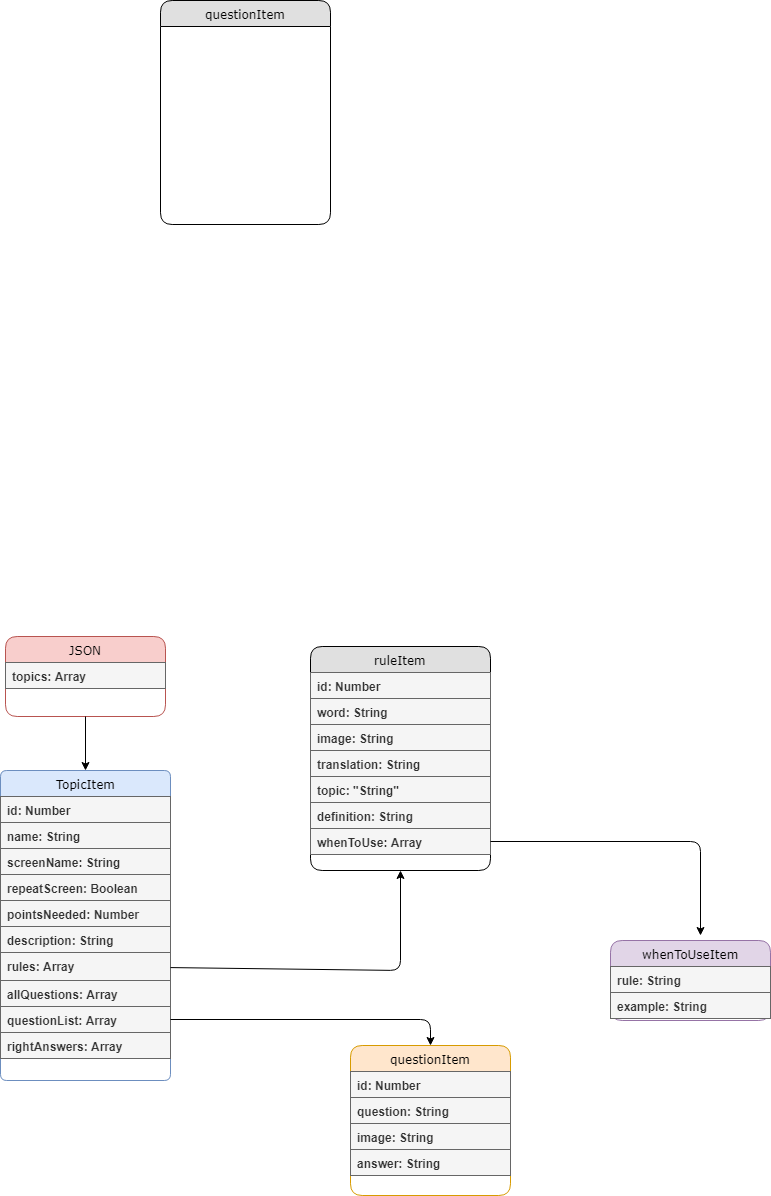
This is db picture.png from Konstantin1996/react-native-english-app-diploma, a draw.io export, as it was before one commit. Source tidied: cells renumbered, new cells last; positions are measured from the earlier drawing's top-left corner, leaving out a move shared by most shapes. The source it was exported from:
```xml
<mxGraphModel background="#ffffff">
  <root>
    <mxCell id="0" />
    <mxCell id="1" parent="0" />
    <mxCell id="2" value="TopicItem" style="swimlane;html=1;fontStyle=0;horizontal=1;startSize=26;fillColor=#dae8fc;swimlaneFillColor=#ffffff;align=center;rounded=1;shadow=0;comic=0;labelBackgroundColor=none;strokeColor=#6c8ebf;strokeWidth=1;fontFamily=Verdana;fontSize=12;arcSize=8;" parent="1" vertex="1">
      <mxGeometry y="770" width="170" height="310" as="geometry" />
    </mxCell>
    <mxCell id="3" value="id: Number" style="text;html=1;strokeColor=#666666;fillColor=#f5f5f5;spacingLeft=4;spacingRight=4;whiteSpace=wrap;overflow=hidden;fontStyle=1;fontColor=#333333;" parent="2" vertex="1">
      <mxGeometry y="26" width="170" height="26" as="geometry" />
    </mxCell>
    <mxCell id="4" value="name: String" style="text;html=1;strokeColor=#666666;fillColor=#f5f5f5;spacingLeft=4;spacingRight=4;whiteSpace=wrap;overflow=hidden;fontStyle=1;fontColor=#333333;" parent="2" vertex="1">
      <mxGeometry y="52" width="170" height="26" as="geometry" />
    </mxCell>
    <mxCell id="5" value="screenName: String" style="text;html=1;strokeColor=#666666;fillColor=#f5f5f5;spacingLeft=4;spacingRight=4;whiteSpace=wrap;overflow=hidden;fontStyle=1;fontColor=#333333;" parent="2" vertex="1">
      <mxGeometry y="78" width="170" height="26" as="geometry" />
    </mxCell>
    <mxCell id="6" value="repeatScreen: Boolean" style="text;html=1;strokeColor=#666666;fillColor=#f5f5f5;spacingLeft=4;spacingRight=4;whiteSpace=wrap;overflow=hidden;fontStyle=1;fontColor=#333333;" parent="2" vertex="1">
      <mxGeometry y="104" width="170" height="26" as="geometry" />
    </mxCell>
    <mxCell id="7" value="pointsNeeded: Number" style="text;html=1;strokeColor=#666666;fillColor=#f5f5f5;spacingLeft=4;spacingRight=4;whiteSpace=wrap;overflow=hidden;fontStyle=1;fontColor=#333333;" parent="2" vertex="1">
      <mxGeometry y="130" width="170" height="26" as="geometry" />
    </mxCell>
    <mxCell id="8" value="description: String" style="text;html=1;strokeColor=#666666;fillColor=#f5f5f5;spacingLeft=4;spacingRight=4;whiteSpace=wrap;overflow=hidden;fontStyle=1;fontColor=#333333;" parent="2" vertex="1">
      <mxGeometry y="156" width="170" height="26" as="geometry" />
    </mxCell>
    <mxCell id="9" value="rules: Array" style="text;html=1;strokeColor=#666666;fillColor=#f5f5f5;spacingLeft=4;spacingRight=4;whiteSpace=wrap;overflow=hidden;points=[[0,0.5],[1,0.5]];portConstraint=eastwest;fontStyle=1;fontColor=#333333;" parent="2" vertex="1">
      <mxGeometry y="182" width="170" height="28" as="geometry" />
    </mxCell>
    <mxCell id="10" value="allQuestions: Array" style="text;html=1;strokeColor=#666666;fillColor=#f5f5f5;spacingLeft=4;spacingRight=4;whiteSpace=wrap;overflow=hidden;fontStyle=1;fontColor=#333333;" parent="2" vertex="1">
      <mxGeometry y="210" width="170" height="26" as="geometry" />
    </mxCell>
    <mxCell id="11" value="questionList: Array" style="text;html=1;strokeColor=#666666;fillColor=#f5f5f5;spacingLeft=4;spacingRight=4;whiteSpace=wrap;overflow=hidden;points=[[0,0.5],[1,0.5]];portConstraint=eastwest;fontStyle=1;fontColor=#333333;" parent="2" vertex="1">
      <mxGeometry y="236" width="170" height="26" as="geometry" />
    </mxCell>
    <mxCell id="12" value="ruleItem" style="swimlane;html=1;fontStyle=0;horizontal=1;startSize=26;fillColor=#e0e0e0;swimlaneFillColor=#ffffff;align=center;rounded=1;shadow=0;comic=0;labelBackgroundColor=none;strokeColor=#000000;strokeWidth=1;fontFamily=Verdana;fontSize=12;fontColor=#000000;" parent="1" vertex="1">
      <mxGeometry x="310" y="646" width="180" height="224" as="geometry" />
    </mxCell>
    <mxCell id="13" value="id: Number" style="text;html=1;strokeColor=#666666;fillColor=#f5f5f5;spacingLeft=4;spacingRight=4;whiteSpace=wrap;overflow=hidden;fontStyle=1;fontColor=#333333;" parent="12" vertex="1">
      <mxGeometry y="26" width="180" height="26" as="geometry" />
    </mxCell>
    <mxCell id="14" value="word: String" style="text;html=1;strokeColor=#666666;fillColor=#f5f5f5;spacingLeft=4;spacingRight=4;whiteSpace=wrap;overflow=hidden;fontStyle=1;fontColor=#333333;" parent="12" vertex="1">
      <mxGeometry y="52" width="180" height="26" as="geometry" />
    </mxCell>
    <mxCell id="15" value="image: String" style="text;html=1;strokeColor=#666666;fillColor=#f5f5f5;spacingLeft=4;spacingRight=4;whiteSpace=wrap;overflow=hidden;fontStyle=1;fontColor=#333333;" parent="12" vertex="1">
      <mxGeometry y="78" width="180" height="26" as="geometry" />
    </mxCell>
    <mxCell id="16" value="translation: String" style="text;html=1;strokeColor=#666666;fillColor=#f5f5f5;spacingLeft=4;spacingRight=4;whiteSpace=wrap;overflow=hidden;fontStyle=1;fontColor=#333333;" parent="12" vertex="1">
      <mxGeometry y="104" width="180" height="26" as="geometry" />
    </mxCell>
    <mxCell id="17" value="topic: &quot;String&quot;" style="text;html=1;strokeColor=#666666;fillColor=#f5f5f5;spacingLeft=4;spacingRight=4;whiteSpace=wrap;overflow=hidden;fontStyle=1;fontColor=#333333;" parent="12" vertex="1">
      <mxGeometry y="130" width="180" height="26" as="geometry" />
    </mxCell>
    <mxCell id="18" value="definition: String" style="text;html=1;strokeColor=#666666;fillColor=#f5f5f5;spacingLeft=4;spacingRight=4;whiteSpace=wrap;overflow=hidden;fontStyle=1;fontColor=#333333;" parent="12" vertex="1">
      <mxGeometry y="156" width="180" height="26" as="geometry" />
    </mxCell>
    <mxCell id="19" value="whenToUse: Array" style="text;html=1;strokeColor=#666666;fillColor=#f5f5f5;spacingLeft=4;spacingRight=4;whiteSpace=wrap;overflow=hidden;points=[[0,0.5],[1,0.5]];portConstraint=eastwest;fontStyle=1;fontColor=#333333;" parent="12" vertex="1">
      <mxGeometry y="182" width="180" height="26" as="geometry" />
    </mxCell>
    <mxCell id="20" value="questionItem" style="swimlane;html=1;fontStyle=0;horizontal=1;startSize=26;fillColor=#e0e0e0;swimlaneFillColor=#ffffff;align=center;rounded=1;shadow=0;comic=0;labelBackgroundColor=none;strokeColor=#000000;strokeWidth=1;fontFamily=Verdana;fontSize=12;fontColor=#000000;" parent="1" vertex="1">
      <mxGeometry x="160" width="170" height="224" as="geometry" />
    </mxCell>
    <mxCell id="21" value="JSON" style="swimlane;html=1;fontStyle=0;horizontal=1;startSize=26;fillColor=#f8cecc;swimlaneFillColor=#ffffff;align=center;rounded=1;shadow=0;comic=0;labelBackgroundColor=none;strokeColor=#b85450;strokeWidth=1;fontFamily=Verdana;fontSize=12;labelBorderColor=none;" parent="1" vertex="1">
      <mxGeometry x="5" y="636" width="160" height="80" as="geometry" />
    </mxCell>
    <mxCell id="22" value="topics: Array" style="text;html=1;strokeColor=#666666;fillColor=#f5f5f5;spacingLeft=4;spacingRight=4;whiteSpace=wrap;overflow=hidden;align=left;fontStyle=1;labelBackgroundColor=none;labelBorderColor=none;fontColor=#333333;" parent="21" vertex="1">
      <mxGeometry y="26" width="160" height="26" as="geometry" />
    </mxCell>
    <mxCell id="23" value="questionItem" style="swimlane;html=1;fontStyle=0;horizontal=1;startSize=26;fillColor=#ffe6cc;swimlaneFillColor=#ffffff;align=center;rounded=1;shadow=0;comic=0;labelBackgroundColor=none;strokeColor=#d79b00;strokeWidth=1;fontFamily=Verdana;fontSize=12;" parent="1" vertex="1">
      <mxGeometry x="350" y="1045" width="160" height="150" as="geometry" />
    </mxCell>
    <mxCell id="24" value="id: Number" style="text;html=1;strokeColor=#666666;fillColor=#f5f5f5;spacingLeft=4;spacingRight=4;whiteSpace=wrap;overflow=hidden;align=left;fontStyle=1;fontColor=#333333;" parent="23" vertex="1">
      <mxGeometry y="26" width="160" height="26" as="geometry" />
    </mxCell>
    <mxCell id="25" value="question: String" style="text;html=1;strokeColor=#666666;fillColor=#f5f5f5;spacingLeft=4;spacingRight=4;whiteSpace=wrap;overflow=hidden;align=left;fontStyle=1;fontColor=#333333;" parent="23" vertex="1">
      <mxGeometry y="52" width="160" height="26" as="geometry" />
    </mxCell>
    <mxCell id="26" value="image: String" style="text;html=1;strokeColor=#666666;fillColor=#f5f5f5;spacingLeft=4;spacingRight=4;whiteSpace=wrap;overflow=hidden;align=left;fontStyle=1;fontColor=#333333;" parent="23" vertex="1">
      <mxGeometry y="78" width="160" height="26" as="geometry" />
    </mxCell>
    <mxCell id="27" value="answer: String" style="text;html=1;strokeColor=#666666;fillColor=#f5f5f5;spacingLeft=4;spacingRight=4;whiteSpace=wrap;overflow=hidden;align=left;fontStyle=1;fontColor=#333333;" parent="23" vertex="1">
      <mxGeometry y="104" width="160" height="26" as="geometry" />
    </mxCell>
    <mxCell id="28" style="endArrow=classic;html=1;exitX=0.5;exitY=1;exitDx=0;exitDy=0;" parent="1" edge="1" source="21" target="2">
      <mxGeometry relative="1" as="geometry" />
    </mxCell>
    <mxCell id="29" value="whenToUseItem" style="swimlane;html=1;fontStyle=0;horizontal=1;startSize=26;fillColor=#e1d5e7;swimlaneFillColor=#ffffff;align=center;rounded=1;shadow=0;comic=0;labelBackgroundColor=none;strokeColor=#9673a6;strokeWidth=1;fontFamily=Verdana;fontSize=12;" parent="1" vertex="1">
      <mxGeometry x="610" y="940" width="160" height="80" as="geometry" />
    </mxCell>
    <mxCell id="30" value="rule: String" style="text;html=1;strokeColor=#666666;fillColor=#f5f5f5;spacingLeft=4;spacingRight=4;whiteSpace=wrap;overflow=hidden;align=left;fontStyle=1;fontColor=#333333;" parent="29" vertex="1">
      <mxGeometry y="26" width="160" height="26" as="geometry" />
    </mxCell>
    <mxCell id="31" value="example: String" style="text;html=1;strokeColor=#666666;fillColor=#f5f5f5;spacingLeft=4;spacingRight=4;whiteSpace=wrap;overflow=hidden;align=left;fontStyle=1;fontColor=#333333;" parent="29" vertex="1">
      <mxGeometry y="52" width="160" height="26" as="geometry" />
    </mxCell>
    <mxCell id="32" value="rightAnswers: Array" style="text;html=1;strokeColor=#666666;fillColor=#f5f5f5;spacingLeft=4;spacingRight=4;whiteSpace=wrap;overflow=hidden;fontStyle=1;fontColor=#333333;" parent="1" vertex="1">
      <mxGeometry y="1032" width="170" height="26" as="geometry" />
    </mxCell>
    <mxCell id="33" style="endArrow=classic;html=1;entryX=0.5;entryY=1;entryDx=0;entryDy=0;" parent="1" edge="1" source="9" target="12">
      <mxGeometry relative="1" as="geometry">
        <Array as="points">
          <mxPoint x="400" y="970" />
        </Array>
      </mxGeometry>
    </mxCell>
    <mxCell id="34" style="endArrow=classic;html=1;exitX=1;exitY=0.5;exitDx=0;exitDy=0;entryX=0.5;entryY=0;entryDx=0;entryDy=0;" parent="1" edge="1" source="11" target="23">
      <mxGeometry relative="1" as="geometry">
        <Array as="points">
          <mxPoint x="430" y="1019" />
        </Array>
      </mxGeometry>
    </mxCell>
    <mxCell id="35" style="endArrow=classic;html=1;exitX=1;exitY=0.5;exitDx=0;exitDy=0;entryX=0.56;entryY=-0.057;entryDx=0;entryDy=0;entryPerimeter=0;" parent="1" edge="1" source="19" target="29">
      <mxGeometry relative="1" as="geometry">
        <Array as="points">
          <mxPoint x="700" y="841" />
        </Array>
      </mxGeometry>
    </mxCell>
  </root>
</mxGraphModel>
```
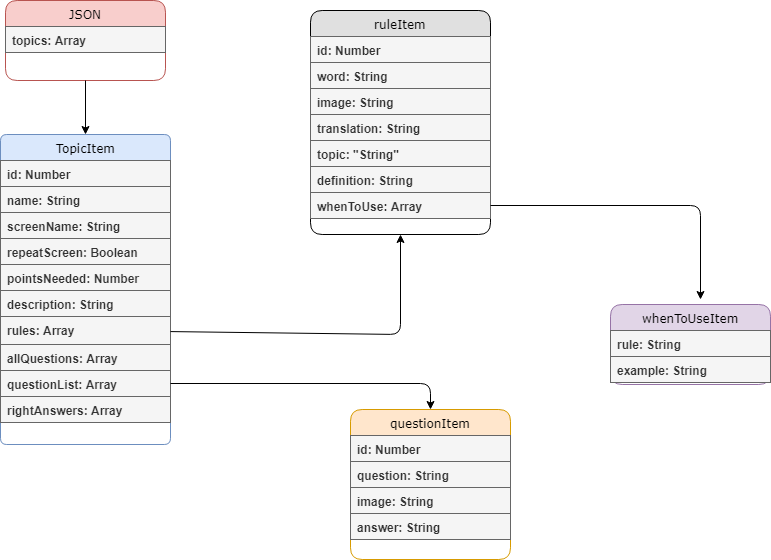
The same diagram one commit later.

Change to the diagram source:
```diff
@@ -56,9 +56,6 @@
     <mxCell id="19" value="whenToUse: Array" style="text;html=1;strokeColor=#666666;fillColor=#f5f5f5;spacingLeft=4;spacingRight=4;whiteSpace=wrap;overflow=hidden;points=[[0,0.5],[1,0.5]];portConstraint=eastwest;fontStyle=1;fontColor=#333333;" parent="12" vertex="1">
       <mxGeometry y="182" width="180" height="26" as="geometry" />
     </mxCell>
-    <mxCell id="20" value="questionItem" style="swimlane;html=1;fontStyle=0;horizontal=1;startSize=26;fillColor=#e0e0e0;swimlaneFillColor=#ffffff;align=center;rounded=1;shadow=0;comic=0;labelBackgroundColor=none;strokeColor=#000000;strokeWidth=1;fontFamily=Verdana;fontSize=12;fontColor=#000000;" parent="1" vertex="1">
-      <mxGeometry x="160" width="170" height="224" as="geometry" />
-    </mxCell>
     <mxCell id="21" value="JSON" style="swimlane;html=1;fontStyle=0;horizontal=1;startSize=26;fillColor=#f8cecc;swimlaneFillColor=#ffffff;align=center;rounded=1;shadow=0;comic=0;labelBackgroundColor=none;strokeColor=#b85450;strokeWidth=1;fontFamily=Verdana;fontSize=12;labelBorderColor=none;" parent="1" vertex="1">
       <mxGeometry x="5" y="636" width="160" height="80" as="geometry" />
     </mxCell>
```
